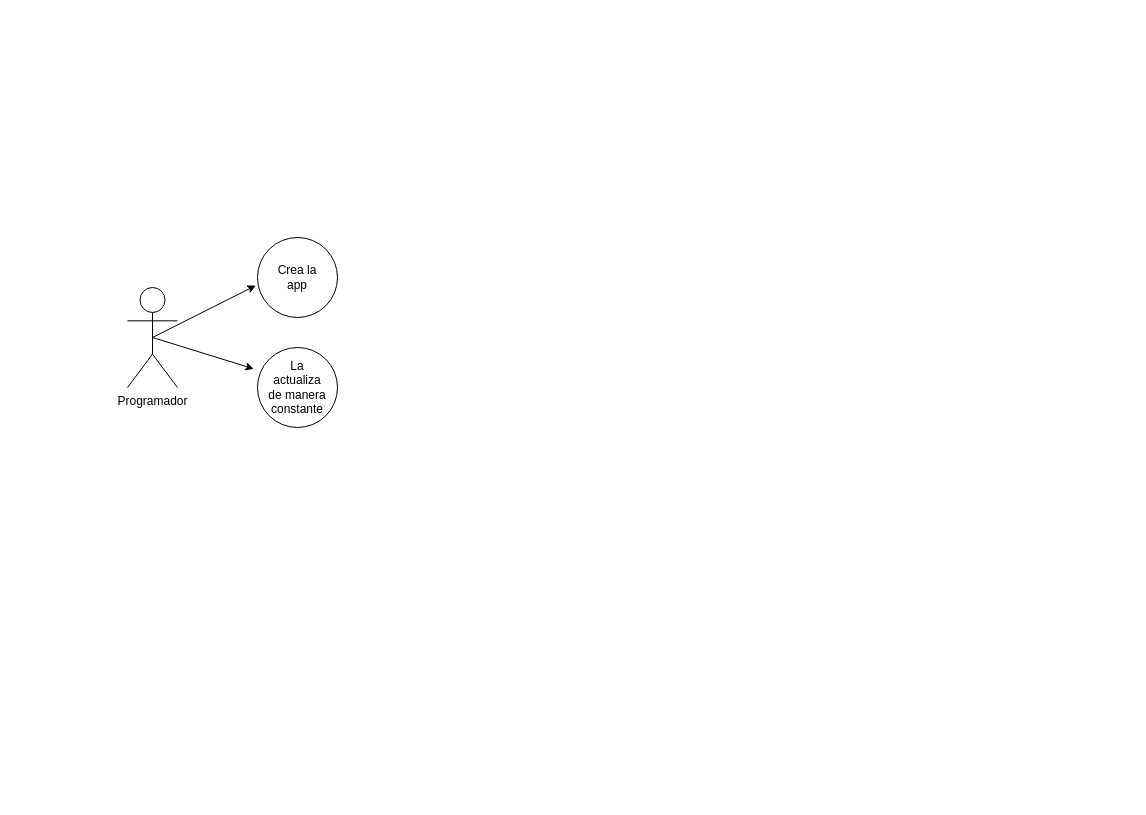
The draw.io diagram diagrama_1.dio in oscar-sanchez30/28septiembre_sanchez_ro, before the edit. Source tidied: cells renumbered, new cells numbered last; positions are measured from the earlier drawing's top-left corner, leaving out a move shared by most shapes. Both pictures are drawn from the tidied source at 100%, with x=0, y=0 at pixel (127, 237).
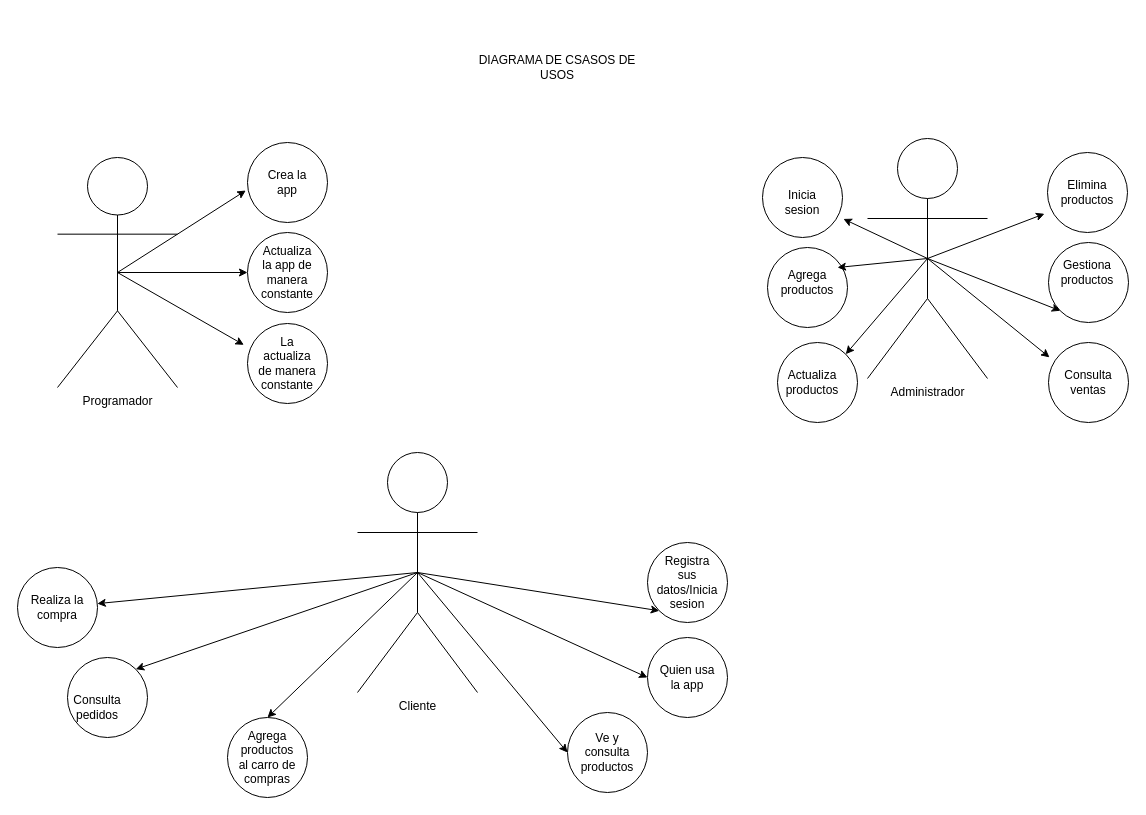
The same page after the edit.

Commit message (it also covers changes not shown here):
agregar diagramas

Diff of the diagram source:
```diff
@@
     <mxCell id="2" value="Programador" style="shape=umlActor;verticalLabelPosition=bottom;verticalAlign=top;html=1;outlineConnect=0;" parent="1" vertex="1">
-      <mxGeometry y="50" width="50" height="100" as="geometry" />
+      <mxGeometry x="-70" y="-80" width="120" height="230" as="geometry" />
     </mxCell>
     <mxCell id="3" style="ellipse;whiteSpace=wrap;html=1;shapeInside=1;" parent="1" vertex="1">
-      <mxGeometry x="130" width="80" height="80" as="geometry" />
+      <mxGeometry x="120" y="-95" width="80" height="80" as="geometry" />
     </mxCell>
     <mxCell id="4" value="Crea la app" style="text;html=1;whiteSpace=wrap;strokeColor=none;fillColor=none;align=center;verticalAlign=middle;rounded=0;" parent="1" vertex="1">
-      <mxGeometry x="140" y="25" width="60" height="30" as="geometry" />
+      <mxGeometry x="130" y="-70" width="60" height="30" as="geometry" />
     </mxCell>
     <mxCell id="5" style="ellipse;whiteSpace=wrap;html=1;shapeInside=1;" parent="1" vertex="1">
-      <mxGeometry x="130" y="110" width="80" height="80" as="geometry" />
+      <mxGeometry x="120" y="86" width="80" height="80" as="geometry" />
     </mxCell>
     <mxCell id="6" value="La actualiza de manera constante" style="text;html=1;whiteSpace=wrap;strokeColor=none;fillColor=none;align=center;verticalAlign=middle;rounded=0;" parent="1" vertex="1">
-      <mxGeometry x="140" y="135" width="60" height="30" as="geometry" />
+      <mxGeometry x="130" y="111" width="60" height="30" as="geometry" />
     </mxCell>
@@
+    <mxCell id="9" value="Cliente" style="shape=umlActor;verticalLabelPosition=bottom;verticalAlign=top;html=1;outlineConnect=0;" parent="1" vertex="1">
+      <mxGeometry x="230" y="215" width="120" height="240" as="geometry" />
+    </mxCell>
+    <mxCell id="10" style="ellipse;whiteSpace=wrap;html=1;shapeInside=1;" parent="1" vertex="1">
+      <mxGeometry x="120" y="-5" width="80" height="80" as="geometry" />
+    </mxCell>
+    <mxCell id="11" value="Actualiza la app de manera constante" style="text;html=1;whiteSpace=wrap;strokeColor=none;fillColor=none;align=center;verticalAlign=middle;rounded=0;" parent="1" vertex="1">
+      <mxGeometry x="130" y="20" width="60" height="30" as="geometry" />
+    </mxCell>
+    <mxCell id="12" style="endArrow=classic;html=1;exitX=0.5;exitY=0.5;exitDx=0;exitDy=0;exitPerimeter=0;entryX=0;entryY=0.5;entryDx=0;entryDy=0;" parent="1" edge="1" source="2" target="10">
+      <mxGeometry relative="1" as="geometry" />
+    </mxCell>
+    <mxCell id="13" style="ellipse;whiteSpace=wrap;html=1;shapeInside=1;" parent="1" vertex="1">
+      <mxGeometry x="520" y="305" width="80" height="80" as="geometry" />
+    </mxCell>
+    <mxCell id="14" value="Registra sus datos/Inicia sesion" style="text;html=1;whiteSpace=wrap;strokeColor=none;fillColor=none;align=center;verticalAlign=middle;rounded=0;" parent="1" vertex="1">
+      <mxGeometry x="530" y="330" width="60" height="30" as="geometry" />
+    </mxCell>
+    <mxCell id="15" style="ellipse;whiteSpace=wrap;html=1;shapeInside=1;" parent="1" vertex="1">
+      <mxGeometry x="520" y="400" width="80" height="80" as="geometry" />
+    </mxCell>
+    <mxCell id="16" value="Quien usa la app" style="text;html=1;whiteSpace=wrap;strokeColor=none;fillColor=none;align=center;verticalAlign=middle;rounded=0;" parent="1" vertex="1">
+      <mxGeometry x="530" y="425" width="60" height="30" as="geometry" />
+    </mxCell>
+    <mxCell id="17" style="ellipse;whiteSpace=wrap;html=1;shapeInside=1;" parent="1" vertex="1">
+      <mxGeometry x="440" y="475" width="80" height="80" as="geometry" />
+    </mxCell>
+    <mxCell id="18" value="Ve y consulta productos" style="text;html=1;whiteSpace=wrap;strokeColor=none;fillColor=none;align=center;verticalAlign=middle;rounded=0;" parent="1" vertex="1">
+      <mxGeometry x="450" y="500" width="60" height="30" as="geometry" />
+    </mxCell>
+    <mxCell id="19" style="ellipse;whiteSpace=wrap;html=1;shapeInside=1;" parent="1" vertex="1">
+      <mxGeometry x="-110" y="330" width="80" height="80" as="geometry" />
+    </mxCell>
+    <mxCell id="20" style="endArrow=classic;html=1;entryX=0;entryY=1;entryDx=0;entryDy=0;exitX=0.5;exitY=0.5;exitDx=0;exitDy=0;exitPerimeter=0;" parent="1" edge="1" source="9" target="13">
+      <mxGeometry relative="1" as="geometry" />
+    </mxCell>
+    <mxCell id="21" style="endArrow=classic;html=1;entryX=0;entryY=0.5;entryDx=0;entryDy=0;exitX=0.5;exitY=0.5;exitDx=0;exitDy=0;exitPerimeter=0;" parent="1" edge="1" source="9" target="15">
+      <mxGeometry relative="1" as="geometry" />
+    </mxCell>
+    <mxCell id="22" style="endArrow=classic;html=1;entryX=0;entryY=0.5;entryDx=0;entryDy=0;exitX=0.5;exitY=0.5;exitDx=0;exitDy=0;exitPerimeter=0;" parent="1" edge="1" source="9" target="17">
+      <mxGeometry relative="1" as="geometry" />
+    </mxCell>
+    <mxCell id="23" style="endArrow=classic;html=1;exitX=0.5;exitY=0.5;exitDx=0;exitDy=0;exitPerimeter=0;" parent="1" edge="1" source="9" target="19">
+      <mxGeometry relative="1" as="geometry" />
+    </mxCell>
+    <mxCell id="24" style="ellipse;whiteSpace=wrap;html=1;shapeInside=1;" parent="1" vertex="1">
+      <mxGeometry x="100" y="480" width="80" height="80" as="geometry" />
+    </mxCell>
+    <mxCell id="25" value="Agrega productos al carro de compras" style="text;html=1;whiteSpace=wrap;strokeColor=none;fillColor=none;align=center;verticalAlign=middle;rounded=0;" parent="1" vertex="1">
+      <mxGeometry x="110" y="505" width="60" height="30" as="geometry" />
+    </mxCell>
+    <mxCell id="26" style="endArrow=classic;html=1;exitX=0.5;exitY=0.5;exitDx=0;exitDy=0;exitPerimeter=0;entryX=1;entryY=0;entryDx=0;entryDy=0;" parent="1" edge="1" source="9" target="28">
+      <mxGeometry relative="1" as="geometry" />
+    </mxCell>
+    <mxCell id="27" style="endArrow=classic;html=1;exitX=0.5;exitY=0.5;exitDx=0;exitDy=0;exitPerimeter=0;entryX=0.5;entryY=0;entryDx=0;entryDy=0;" parent="1" edge="1" source="9" target="24">
+      <mxGeometry relative="1" as="geometry" />
+    </mxCell>
+    <mxCell id="28" style="ellipse;whiteSpace=wrap;html=1;shapeInside=1;" parent="1" vertex="1">
+      <mxGeometry x="-60" y="420" width="80" height="80" as="geometry" />
+    </mxCell>
+    <mxCell id="29" value="Realiza la compra" style="text;html=1;whiteSpace=wrap;strokeColor=none;fillColor=none;align=center;verticalAlign=middle;rounded=0;" parent="1" vertex="1">
+      <mxGeometry x="-100" y="355" width="60" height="30" as="geometry" />
+    </mxCell>
+    <mxCell id="30" value="Consulta pedidos" style="text;html=1;whiteSpace=wrap;strokeColor=none;fillColor=none;align=center;verticalAlign=middle;rounded=0;" parent="1" vertex="1">
+      <mxGeometry x="-60" y="455" width="60" height="30" as="geometry" />
+    </mxCell>
+    <mxCell id="31" value="Administrador" style="shape=umlActor;verticalLabelPosition=bottom;verticalAlign=top;html=1;outlineConnect=0;" parent="1" vertex="1">
+      <mxGeometry x="740" y="-99" width="120" height="240" as="geometry" />
+    </mxCell>
+    <mxCell id="32" value="DIAGRAMA DE CSASOS DE USOS" style="text;html=1;whiteSpace=wrap;strokeColor=none;fillColor=none;align=center;verticalAlign=middle;rounded=0;" parent="1" vertex="1">
+      <mxGeometry x="350" y="-220" width="160" height="100" as="geometry" />
+    </mxCell>
+    <mxCell id="33" style="ellipse;whiteSpace=wrap;html=1;shapeInside=1;" parent="1" vertex="1">
+      <mxGeometry x="640" y="10" width="80" height="80" as="geometry" />
+    </mxCell>
+    <mxCell id="34" value="Agrega productos" style="text;html=1;whiteSpace=wrap;strokeColor=none;fillColor=none;align=center;verticalAlign=middle;rounded=0;" parent="1" vertex="1">
+      <mxGeometry x="650" y="30" width="60" height="30" as="geometry" />
+    </mxCell>
+    <mxCell id="35" style="ellipse;whiteSpace=wrap;html=1;shapeInside=1;" parent="1" vertex="1">
+      <mxGeometry x="635" y="-80" width="80" height="80" as="geometry" />
+    </mxCell>
+    <mxCell id="36" value="Inicia sesion" style="text;html=1;whiteSpace=wrap;strokeColor=none;fillColor=none;align=center;verticalAlign=middle;rounded=0;" parent="1" vertex="1">
+      <mxGeometry x="645" y="-50" width="60" height="30" as="geometry" />
+    </mxCell>
+    <mxCell id="37" style="ellipse;whiteSpace=wrap;html=1;shapeInside=1;" parent="1" vertex="1">
+      <mxGeometry x="650" y="105" width="80" height="80" as="geometry" />
+    </mxCell>
+    <mxCell id="38" value="Actualiza productos" style="text;html=1;whiteSpace=wrap;strokeColor=none;fillColor=none;align=center;verticalAlign=middle;rounded=0;" parent="1" vertex="1">
+      <mxGeometry x="655" y="130" width="60" height="30" as="geometry" />
+    </mxCell>
+    <mxCell id="39" style="ellipse;whiteSpace=wrap;html=1;shapeInside=1;" parent="1" vertex="1">
+      <mxGeometry x="920" y="-85" width="80" height="80" as="geometry" />
+    </mxCell>
+    <mxCell id="40" value="&lt;span style=&quot;color: rgb(0, 0, 0);&quot;&gt;Elimina productos&lt;/span&gt;" style="text;html=1;whiteSpace=wrap;strokeColor=none;fillColor=none;align=center;verticalAlign=middle;rounded=0;" parent="1" vertex="1">
+      <mxGeometry x="930" y="-60" width="60" height="30" as="geometry" />
+    </mxCell>
+    <mxCell id="41" style="ellipse;whiteSpace=wrap;html=1;shapeInside=1;" parent="1" vertex="1">
+      <mxGeometry x="921" y="5" width="80" height="80" as="geometry" />
+    </mxCell>
+    <mxCell id="42" value="Gestiona productos" style="text;html=1;whiteSpace=wrap;strokeColor=none;fillColor=none;align=center;verticalAlign=middle;rounded=0;" parent="1" vertex="1">
+      <mxGeometry x="930" y="20" width="60" height="30" as="geometry" />
+    </mxCell>
+    <mxCell id="43" style="ellipse;whiteSpace=wrap;html=1;shapeInside=1;" parent="1" vertex="1">
+      <mxGeometry x="921" y="105" width="80" height="80" as="geometry" />
+    </mxCell>
+    <mxCell id="44" value="Consulta ventas" style="text;html=1;whiteSpace=wrap;strokeColor=none;fillColor=none;align=center;verticalAlign=middle;rounded=0;" parent="1" vertex="1">
+      <mxGeometry x="931" y="130" width="60" height="30" as="geometry" />
+    </mxCell>
+    <mxCell id="45" style="endArrow=classic;html=1;exitX=0.5;exitY=0.5;exitDx=0;exitDy=0;exitPerimeter=0;entryX=1.182;entryY=1.048;entryDx=0;entryDy=0;entryPerimeter=0;" parent="1" edge="1" source="31" target="36">
+      <mxGeometry relative="1" as="geometry" />
+    </mxCell>
+    <mxCell id="46" style="endArrow=classic;html=1;exitX=0.5;exitY=0.5;exitDx=0;exitDy=0;exitPerimeter=0;entryX=1;entryY=0;entryDx=0;entryDy=0;" parent="1" edge="1" source="31" target="34">
+      <mxGeometry relative="1" as="geometry" />
+    </mxCell>
+    <mxCell id="47" style="endArrow=classic;html=1;exitX=0.5;exitY=0.5;exitDx=0;exitDy=0;exitPerimeter=0;entryX=1;entryY=0;entryDx=0;entryDy=0;" parent="1" edge="1" source="31" target="37">
+      <mxGeometry relative="1" as="geometry" />
+    </mxCell>
+    <mxCell id="48" style="endArrow=classic;html=1;exitX=0.5;exitY=0.5;exitDx=0;exitDy=0;exitPerimeter=0;entryX=-0.038;entryY=0.766;entryDx=0;entryDy=0;entryPerimeter=0;" parent="1" edge="1" source="31" target="39">
+      <mxGeometry relative="1" as="geometry" />
+    </mxCell>
+    <mxCell id="49" style="endArrow=classic;html=1;exitX=0.5;exitY=0.5;exitDx=0;exitDy=0;exitPerimeter=0;entryX=0.013;entryY=0.186;entryDx=0;entryDy=0;entryPerimeter=0;" parent="1" edge="1" source="31" target="43">
+      <mxGeometry relative="1" as="geometry" />
+    </mxCell>
+    <mxCell id="50" style="endArrow=classic;html=1;exitX=0.5;exitY=0.5;exitDx=0;exitDy=0;exitPerimeter=0;entryX=0;entryY=1;entryDx=0;entryDy=0;" parent="1" edge="1" source="31" target="41">
+      <mxGeometry relative="1" as="geometry" />
+    </mxCell>
```
